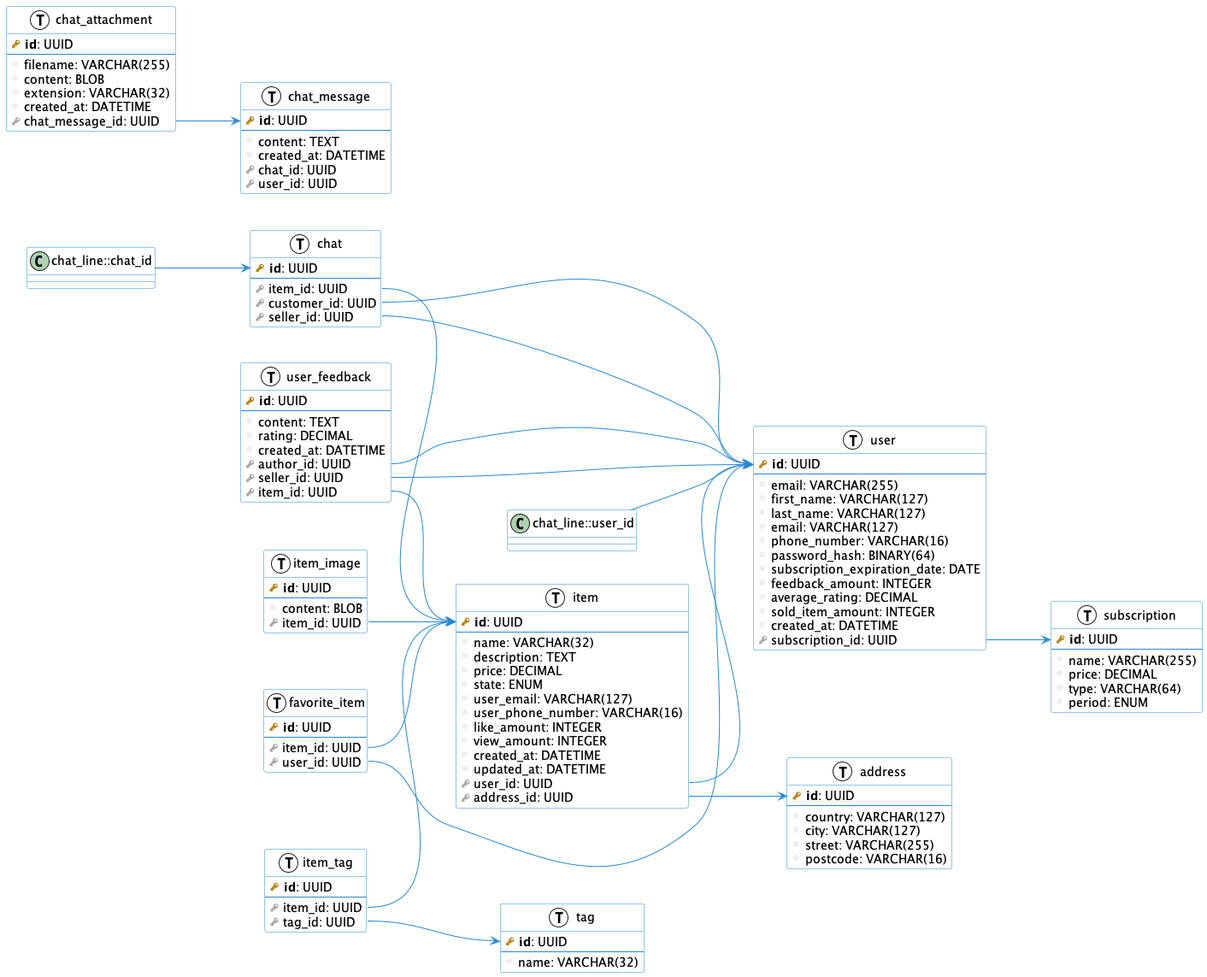
Above: images/db.png in danilshvalov/databases-lab (PlantUML), before the change.
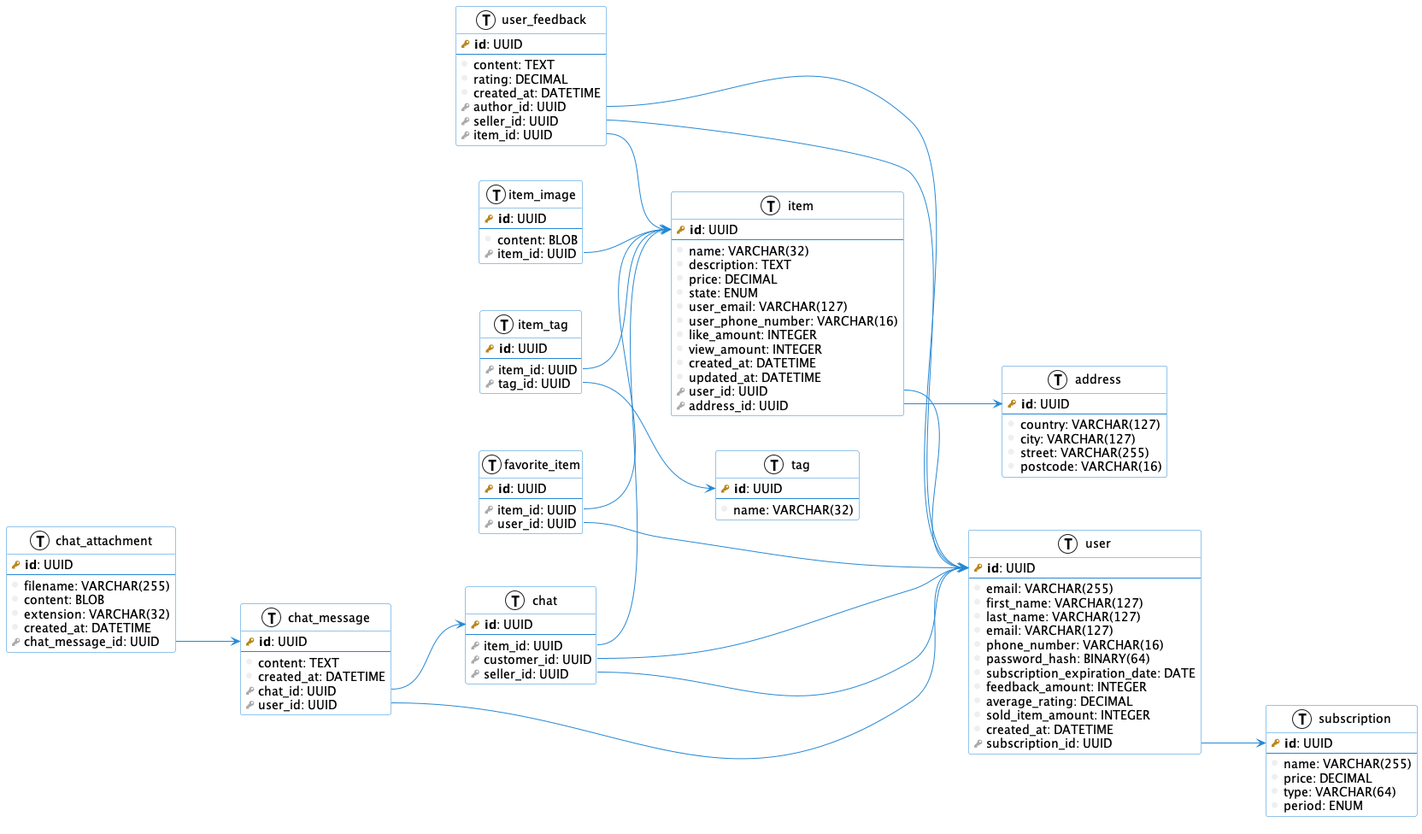
Above is the later version.

Commit message:
fix(db): rename chat_line to chat_message

Change to the diagram source:
```diff
@@ -143,8 +143,8 @@
     foreign_key(user_id): UUID
 }
 
-chat_line::chat_id --> chat::id
-chat_line::user_id --> user::id
+chat_message::chat_id --> chat::id
+chat_message::user_id --> user::id
 
 table(chat_attachment) {
     primary_key(id): UUID
```
